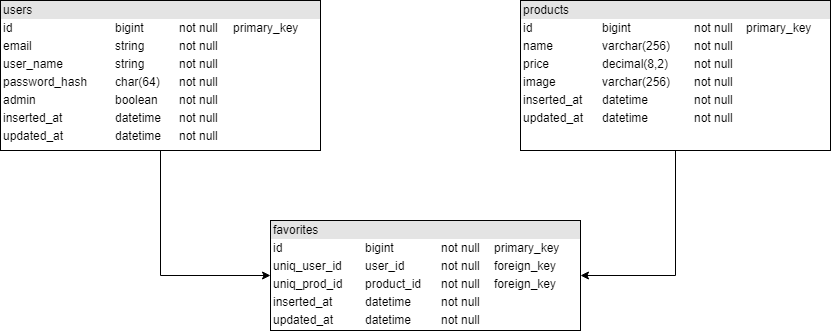
Before: Task DB.png, a diagram exported from draw.io (FrozenCrash/Task). Source tidied: cells renumbered, new cells last; positions are measured from the earlier drawing's top-left corner, leaving out a move shared by most shapes.
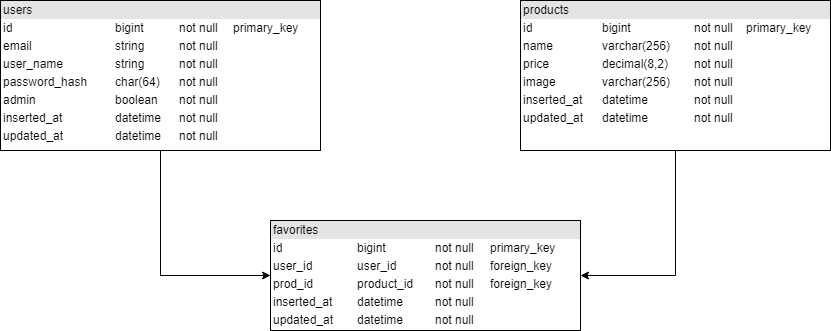
Later version of the same file.

What changed in the source:
```diff
@@ -14,7 +14,7 @@
     <mxCell id="5" value="&lt;div style=&quot;box-sizing: border-box ; width: 100% ; background: #e4e4e4 ; padding: 2px&quot;&gt;products&lt;/div&gt;&lt;table style=&quot;width: 100% ; font-size: 1em&quot; cellpadding=&quot;2&quot; cellspacing=&quot;0&quot;&gt;&lt;tbody&gt;&lt;tr&gt;&lt;td&gt;id&lt;/td&gt;&lt;td&gt;bigint&lt;/td&gt;&lt;td&gt;not null&lt;/td&gt;&lt;td&gt;primary_key&lt;/td&gt;&lt;/tr&gt;&lt;tr&gt;&lt;td&gt;name&lt;/td&gt;&lt;td&gt;varchar(256)&amp;nbsp;&lt;br&gt;&lt;/td&gt;&lt;td&gt;not null&lt;br&gt;&lt;/td&gt;&lt;td&gt;&lt;br&gt;&lt;/td&gt;&lt;/tr&gt;&lt;tr&gt;&lt;td&gt;price&lt;/td&gt;&lt;td&gt;decimal(8,2)&lt;br&gt;&lt;/td&gt;&lt;td&gt;not null&lt;br&gt;&lt;/td&gt;&lt;td&gt;&lt;br&gt;&lt;/td&gt;&lt;/tr&gt;&lt;tr&gt;&lt;td&gt;image&lt;/td&gt;&lt;td&gt;varchar(256)&lt;/td&gt;&lt;td&gt;not null&lt;/td&gt;&lt;td&gt;&lt;br&gt;&lt;/td&gt;&lt;/tr&gt;&lt;tr&gt;&lt;td&gt;inserted_at&lt;/td&gt;&lt;td&gt;datetime&lt;/td&gt;&lt;td&gt;not null&lt;/td&gt;&lt;td&gt;&lt;br&gt;&lt;/td&gt;&lt;/tr&gt;&lt;tr&gt;&lt;td&gt;updated_at&lt;/td&gt;&lt;td&gt;datetime&lt;/td&gt;&lt;td&gt;not null&lt;/td&gt;&lt;td&gt;&lt;br&gt;&lt;/td&gt;&lt;/tr&gt;&lt;/tbody&gt;&lt;/table&gt;" style="verticalAlign=top;align=left;overflow=fill;html=1;rounded=0;glass=0;fillColor=none;" parent="1" vertex="1">
       <mxGeometry x="520" width="310" height="150" as="geometry" />
     </mxCell>
-    <mxCell id="6" value="&lt;div style=&quot;box-sizing: border-box ; width: 100% ; background: #e4e4e4 ; padding: 2px&quot;&gt;favorites&lt;/div&gt;&lt;table style=&quot;width: 100% ; font-size: 1em&quot; cellpadding=&quot;2&quot; cellspacing=&quot;0&quot;&gt;&lt;tbody&gt;&lt;tr&gt;&lt;td&gt;id&lt;/td&gt;&lt;td&gt;bigint&lt;/td&gt;&lt;td&gt;not null&lt;/td&gt;&lt;td&gt;primary_key&lt;/td&gt;&lt;/tr&gt;&lt;tr&gt;&lt;td&gt;uniq_user_id&lt;/td&gt;&lt;td&gt;user_id&lt;/td&gt;&lt;td&gt;not null&lt;br&gt;&lt;/td&gt;&lt;td&gt;foreign_key&lt;/td&gt;&lt;/tr&gt;&lt;tr&gt;&lt;td&gt;uniq_prod_id&lt;/td&gt;&lt;td&gt;product_id&lt;/td&gt;&lt;td&gt;not null&lt;br&gt;&lt;/td&gt;&lt;td&gt;foreign_key&lt;/td&gt;&lt;/tr&gt;&lt;tr&gt;&lt;td&gt;inserted_at&lt;/td&gt;&lt;td&gt;datetime&lt;/td&gt;&lt;td&gt;not null&lt;/td&gt;&lt;td&gt;&lt;br&gt;&lt;/td&gt;&lt;/tr&gt;&lt;tr&gt;&lt;td&gt;updated_at&lt;/td&gt;&lt;td&gt;datetime&lt;/td&gt;&lt;td&gt;not null&lt;/td&gt;&lt;td&gt;&lt;br&gt;&lt;/td&gt;&lt;/tr&gt;&lt;/tbody&gt;&lt;/table&gt;" style="verticalAlign=top;align=left;overflow=fill;html=1;rounded=0;glass=0;fillColor=none;" parent="1" vertex="1">
+    <mxCell id="6" value="&lt;div style=&quot;box-sizing: border-box ; width: 100% ; background: #e4e4e4 ; padding: 2px&quot;&gt;favorites&lt;/div&gt;&lt;table style=&quot;width: 100% ; font-size: 1em&quot; cellpadding=&quot;2&quot; cellspacing=&quot;0&quot;&gt;&lt;tbody&gt;&lt;tr&gt;&lt;td&gt;id&lt;/td&gt;&lt;td&gt;bigint&lt;/td&gt;&lt;td&gt;not null&lt;/td&gt;&lt;td&gt;primary_key&lt;/td&gt;&lt;/tr&gt;&lt;tr&gt;&lt;td&gt;user_id&lt;/td&gt;&lt;td&gt;user_id&lt;/td&gt;&lt;td&gt;not null&lt;br&gt;&lt;/td&gt;&lt;td&gt;foreign_key&lt;/td&gt;&lt;/tr&gt;&lt;tr&gt;&lt;td&gt;prod_id&lt;/td&gt;&lt;td&gt;product_id&lt;/td&gt;&lt;td&gt;not null&lt;br&gt;&lt;/td&gt;&lt;td&gt;foreign_key&lt;/td&gt;&lt;/tr&gt;&lt;tr&gt;&lt;td&gt;inserted_at&lt;/td&gt;&lt;td&gt;datetime&lt;/td&gt;&lt;td&gt;not null&lt;/td&gt;&lt;td&gt;&lt;br&gt;&lt;/td&gt;&lt;/tr&gt;&lt;tr&gt;&lt;td&gt;updated_at&lt;/td&gt;&lt;td&gt;datetime&lt;/td&gt;&lt;td&gt;not null&lt;/td&gt;&lt;td&gt;&lt;br&gt;&lt;/td&gt;&lt;/tr&gt;&lt;/tbody&gt;&lt;/table&gt;" style="verticalAlign=top;align=left;overflow=fill;html=1;rounded=0;glass=0;fillColor=none;" parent="1" vertex="1">
       <mxGeometry x="270" y="220" width="310" height="110" as="geometry" />
     </mxCell>
   </root>
```
